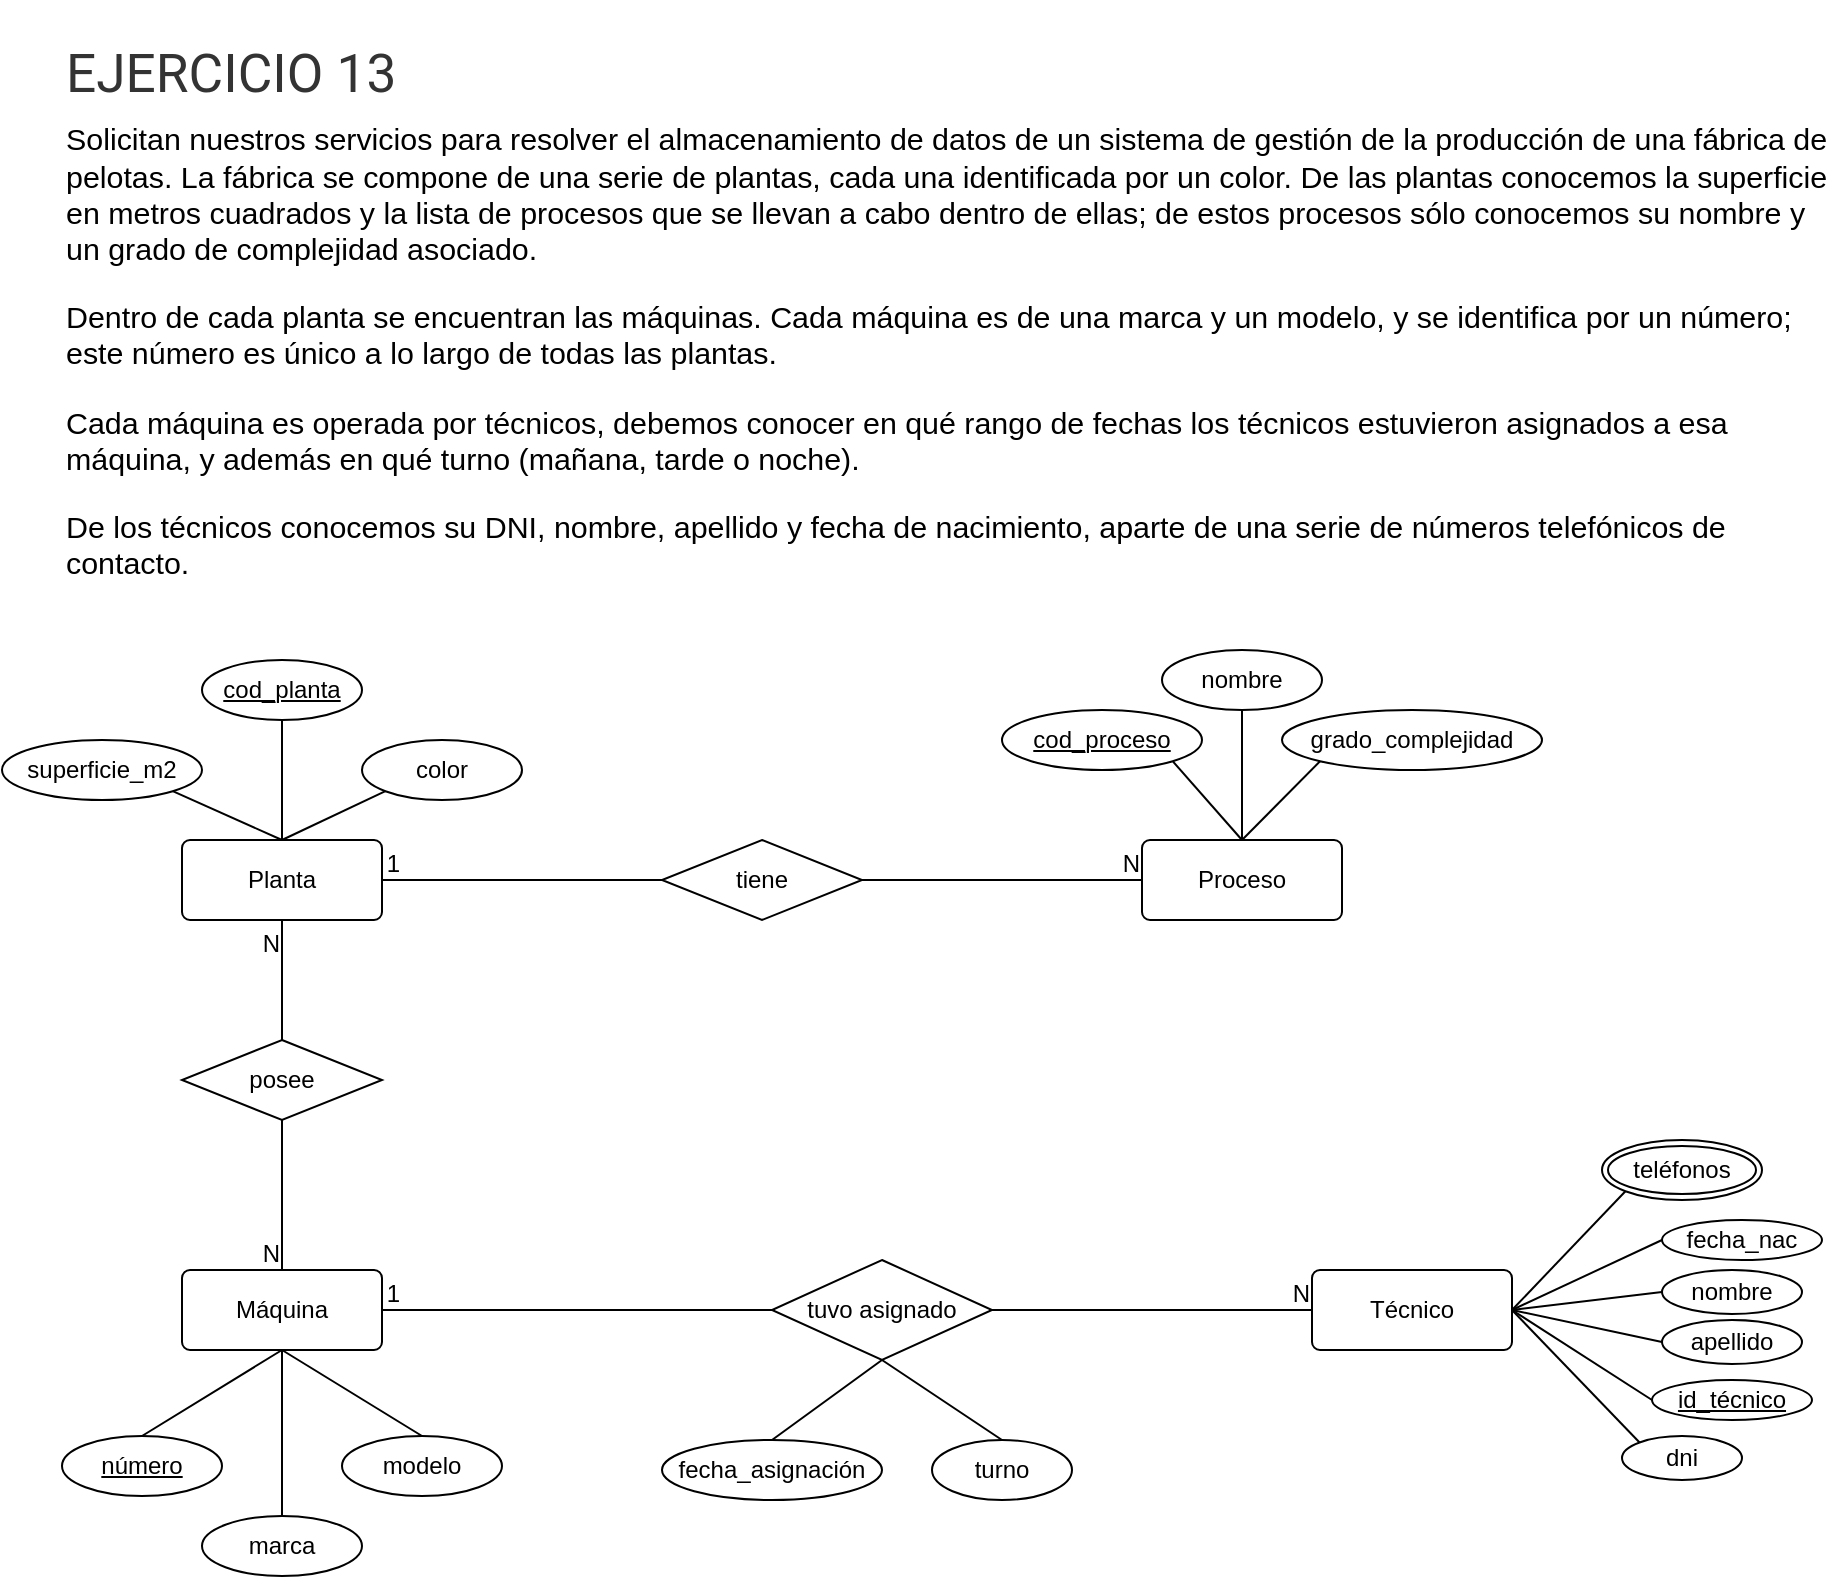
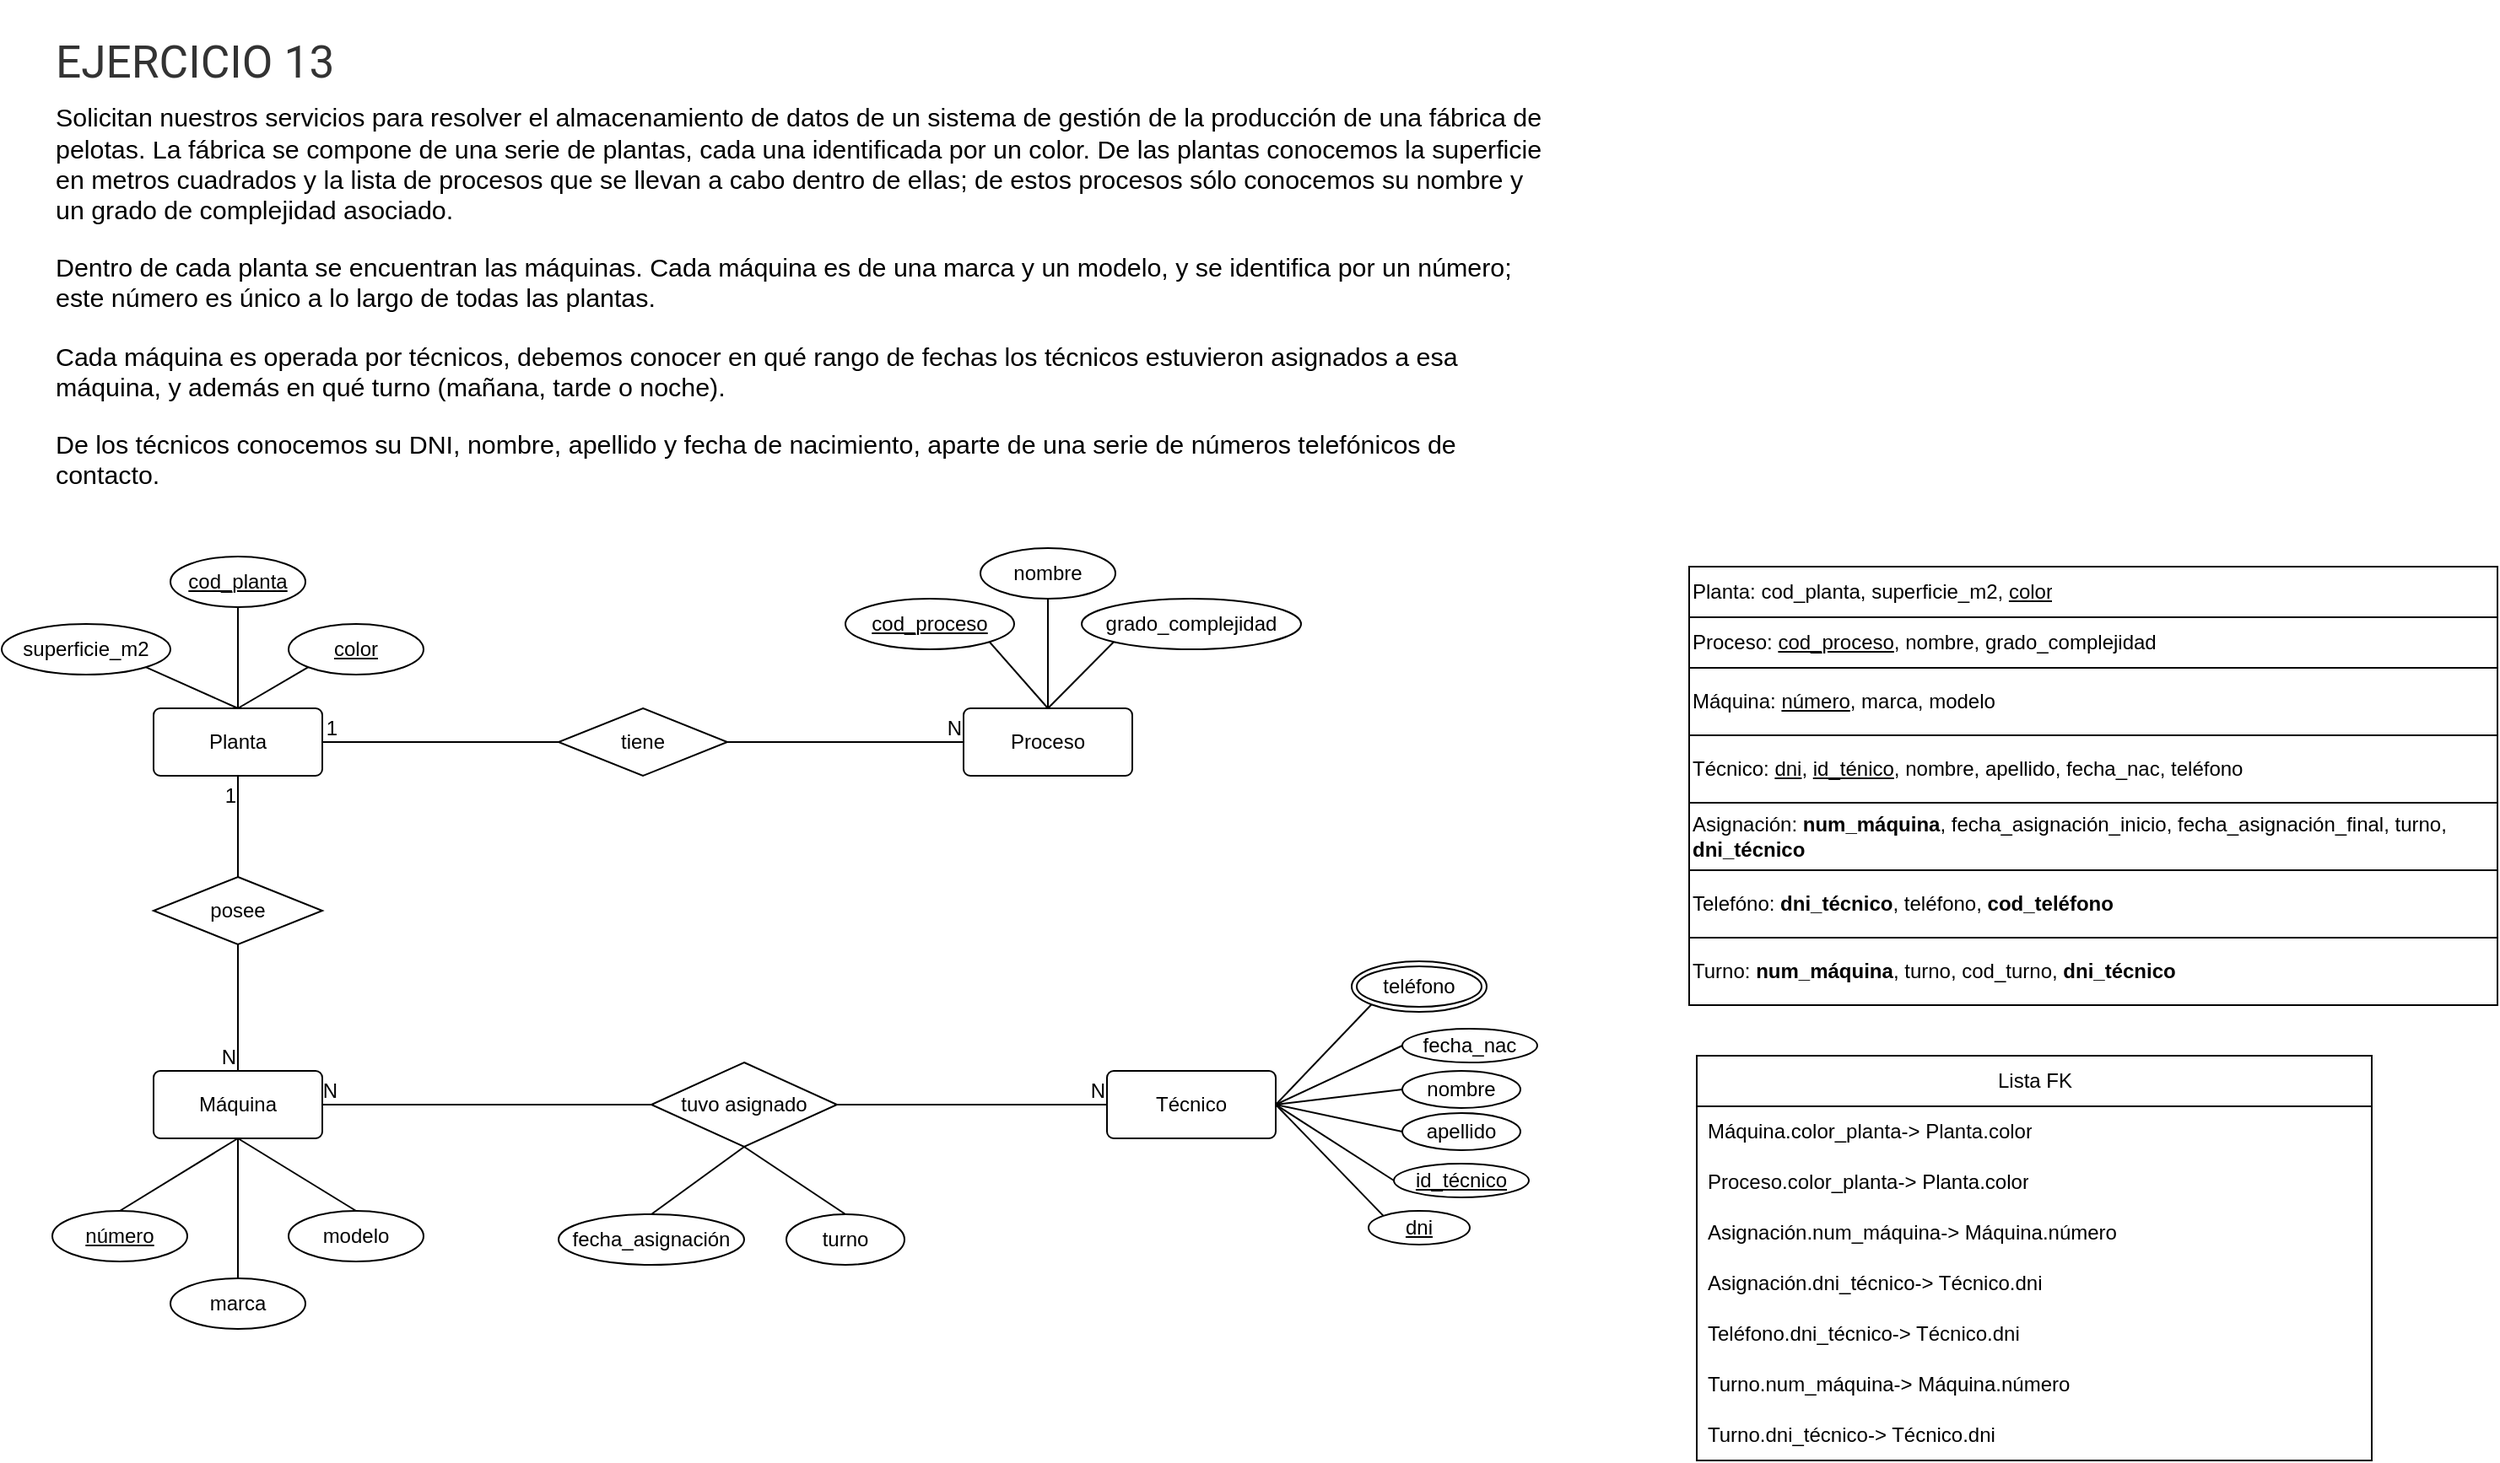
<mxfile host="app.diagrams.net">
  <diagram name="Página-1" id="dDNBranZba3NlD8anCg2">
-     <mxGraphModel dx="2558" dy="1503" grid="1" gridSize="10" guides="1" tooltips="1" connect="1" arrows="1" fold="1" page="1" pageScale="1" pageWidth="1169" pageHeight="827" math="0" shadow="0">
+     <mxGraphModel dx="2878" dy="1659" grid="1" gridSize="10" guides="1" tooltips="1" connect="1" arrows="1" fold="1" page="1" pageScale="1" pageWidth="1169" pageHeight="827" math="0" shadow="0">
      <root>
        <mxCell id="0" />
        <mxCell id="1" parent="0" />
        <mxCell id="__fQeJzKLpHXALts6HS9-1" parent="1" style="text;html=1;whiteSpace=wrap;overflow=hidden;rounded=0;" value="&#xa;&lt;h3 style=&quot;box-sizing: border-box; margin: 0px 0px 0.5rem; padding: 0px; font-weight: 400; line-height: 1.2; color: rgb(51, 51, 51); font-size: 1.6625rem; font-family: Roboto; font-style: normal; font-variant-ligatures: normal; font-variant-caps: normal; letter-spacing: normal; orphans: 2; text-align: start; text-indent: 0px; text-transform: none; widows: 2; word-spacing: 0px; -webkit-text-stroke-width: 0px; white-space: normal; background-color: rgb(255, 255, 255); text-decoration-thickness: initial; text-decoration-style: initial; text-decoration-color: initial;&quot;&gt;EJERCICIO 13&lt;/h3&gt;&lt;p style=&quot;box-sizing: border-box; margin: 0px 0px 1rem; padding: 0px; color: rgb(0, 0, 0); font-family: Barlow, Arial, sans-serif; font-size: 15.2px; font-style: normal; font-variant-ligatures: normal; font-variant-caps: normal; font-weight: 400; letter-spacing: normal; orphans: 2; text-align: start; text-indent: 0px; text-transform: none; widows: 2; word-spacing: 0px; -webkit-text-stroke-width: 0px; white-space: normal; background-color: rgb(255, 255, 255); text-decoration-thickness: initial; text-decoration-style: initial; text-decoration-color: initial;&quot;&gt;&lt;span lang=&quot;ES&quot; style=&quot;box-sizing: border-box; margin: 0px; padding: 0px;&quot;&gt;Solicitan nuestros servicios para resolver el almacenamiento de datos de un sistema de gestión de la producción de una fábrica de pelotas. La fábrica se compone de una serie de plantas, cada una identificada por un color. De las plantas conocemos la superficie en metros cuadrados y la lista de procesos que se llevan a cabo dentro de ellas; de estos procesos sólo conocemos su nombre y un grado de complejidad asociado.&lt;/span&gt;&lt;/p&gt;&lt;p style=&quot;box-sizing: border-box; margin: 0px 0px 1rem; padding: 0px; color: rgb(0, 0, 0); font-family: Barlow, Arial, sans-serif; font-size: 15.2px; font-style: normal; font-variant-ligatures: normal; font-variant-caps: normal; font-weight: 400; letter-spacing: normal; orphans: 2; text-align: start; text-indent: 0px; text-transform: none; widows: 2; word-spacing: 0px; -webkit-text-stroke-width: 0px; white-space: normal; background-color: rgb(255, 255, 255); text-decoration-thickness: initial; text-decoration-style: initial; text-decoration-color: initial;&quot;&gt;&lt;span lang=&quot;ES&quot; style=&quot;box-sizing: border-box; margin: 0px; padding: 0px;&quot;&gt;Dentro de cada planta se encuentran las máquinas. Cada máquina es de una marca y un modelo, y se identifica por un número; este número es único a lo largo de todas las plantas.&lt;/span&gt;&lt;/p&gt;&lt;p style=&quot;box-sizing: border-box; margin: 0px 0px 1rem; padding: 0px; color: rgb(0, 0, 0); font-family: Barlow, Arial, sans-serif; font-size: 15.2px; font-style: normal; font-variant-ligatures: normal; font-variant-caps: normal; font-weight: 400; letter-spacing: normal; orphans: 2; text-align: start; text-indent: 0px; text-transform: none; widows: 2; word-spacing: 0px; -webkit-text-stroke-width: 0px; white-space: normal; background-color: rgb(255, 255, 255); text-decoration-thickness: initial; text-decoration-style: initial; text-decoration-color: initial;&quot;&gt;&lt;span lang=&quot;ES&quot; style=&quot;box-sizing: border-box; margin: 0px; padding: 0px;&quot;&gt;Cada máquina es operada por técnicos, debemos conocer en qué rango de fechas los técnicos estuvieron asignados a esa máquina, y además en qué turno (mañana, tarde o noche).&lt;/span&gt;&lt;/p&gt;&lt;p style=&quot;box-sizing: border-box; margin: 0px 0px 1rem; padding: 0px; color: rgb(0, 0, 0); font-family: Barlow, Arial, sans-serif; font-size: 15.2px; font-style: normal; font-variant-ligatures: normal; font-variant-caps: normal; font-weight: 400; letter-spacing: normal; orphans: 2; text-align: start; text-indent: 0px; text-transform: none; widows: 2; word-spacing: 0px; -webkit-text-stroke-width: 0px; white-space: normal; background-color: rgb(255, 255, 255); text-decoration-thickness: initial; text-decoration-style: initial; text-decoration-color: initial;&quot;&gt;&lt;span lang=&quot;ES&quot; style=&quot;box-sizing: border-box; margin: 0px; padding: 0px;&quot;&gt;De los técnicos conocemos su DNI, nombre, apellido y fecha de nacimiento, aparte de una serie de números telefónicos de contacto.&lt;/span&gt;&lt;/p&gt;&lt;p style=&quot;box-sizing: border-box; margin: 0px 0px 1rem; padding: 0px; color: rgb(0, 0, 0); font-family: Barlow, Arial, sans-serif; font-size: 15.2px; font-style: normal; font-variant-ligatures: normal; font-variant-caps: normal; font-weight: 400; letter-spacing: normal; orphans: 2; text-align: start; text-indent: 0px; text-transform: none; widows: 2; word-spacing: 0px; -webkit-text-stroke-width: 0px; white-space: normal; background-color: rgb(255, 255, 255); text-decoration-thickness: initial; text-decoration-style: initial; text-decoration-color: initial;&quot;&gt;&lt;span lang=&quot;ES&quot; style=&quot;box-sizing: border-box; margin: 0px; padding: 0px;&quot;&gt;Existen situaciones normales en las que una máquina sale de servicio y debe ser reparada, lo único que nos interesa conocer aquí es cuál otra máquina está asignada para tomar el trabajo que ella no puede realizar.&lt;/span&gt;&lt;/p&gt;&#xa;&#xa;" vertex="1">
          <mxGeometry height="300" width="890" x="-480" y="-350" as="geometry" />
        </mxCell>
        <mxCell id="__fQeJzKLpHXALts6HS9-2" parent="1" style="rounded=1;arcSize=10;whiteSpace=wrap;html=1;align=center;" value="Planta" vertex="1">
          <mxGeometry height="40" width="100" x="-420" y="70" as="geometry" />
        </mxCell>
        <mxCell id="__fQeJzKLpHXALts6HS9-4" parent="1" style="ellipse;whiteSpace=wrap;html=1;align=center;" value="superficie_m2" vertex="1">
          <mxGeometry height="30" width="100" x="-510" y="20" as="geometry" />
        </mxCell>
        <mxCell id="__fQeJzKLpHXALts6HS9-5" parent="1" style="ellipse;whiteSpace=wrap;html=1;align=center;fontStyle=4;" value="cod_planta" vertex="1">
          <mxGeometry height="30" width="80" x="-410" y="-20" as="geometry" />
        </mxCell>
-         <mxCell id="__fQeJzKLpHXALts6HS9-6" parent="1" style="ellipse;whiteSpace=wrap;html=1;align=center;" value="color" vertex="1">
-           <mxGeometry height="30" width="80" x="-330" y="20" as="geometry" />
-         </mxCell>
        <mxCell id="__fQeJzKLpHXALts6HS9-7" parent="1" style="rounded=1;arcSize=10;whiteSpace=wrap;html=1;align=center;" value="Proceso" vertex="1">
          <mxGeometry height="40" width="100" x="60" y="70" as="geometry" />
        </mxCell>
        <mxCell id="__fQeJzKLpHXALts6HS9-8" parent="1" style="ellipse;whiteSpace=wrap;html=1;align=center;" value="nombre" vertex="1">
          <mxGeometry height="30" width="80" x="70" y="-25" as="geometry" />
        </mxCell>
        <mxCell id="__fQeJzKLpHXALts6HS9-9" parent="1" style="ellipse;whiteSpace=wrap;html=1;align=center;" value="grado_complejidad" vertex="1">
          <mxGeometry height="30" width="130" x="130" y="5" as="geometry" />
        </mxCell>
        <mxCell id="__fQeJzKLpHXALts6HS9-10" parent="1" style="ellipse;whiteSpace=wrap;html=1;align=center;fontStyle=4;" value="cod_proceso" vertex="1">
          <mxGeometry height="30" width="100" x="-10" y="5" as="geometry" />
        </mxCell>
        <mxCell id="__fQeJzKLpHXALts6HS9-11" parent="1" style="rounded=1;arcSize=10;whiteSpace=wrap;html=1;align=center;" value="Máquina" vertex="1">
          <mxGeometry height="40" width="100" x="-420" y="285" as="geometry" />
        </mxCell>
        <mxCell id="__fQeJzKLpHXALts6HS9-12" parent="1" style="ellipse;whiteSpace=wrap;html=1;align=center;" value="marca" vertex="1">
          <mxGeometry height="30" width="80" x="-410" y="408" as="geometry" />
        </mxCell>
        <mxCell id="__fQeJzKLpHXALts6HS9-13" parent="1" style="ellipse;whiteSpace=wrap;html=1;align=center;" value="modelo" vertex="1">
          <mxGeometry height="30" width="80" x="-340" y="368" as="geometry" />
        </mxCell>
        <mxCell id="__fQeJzKLpHXALts6HS9-15" parent="1" style="ellipse;whiteSpace=wrap;html=1;align=center;fontStyle=4;" value="número" vertex="1">
          <mxGeometry height="30" width="80" x="-480" y="368" as="geometry" />
        </mxCell>
        <mxCell id="__fQeJzKLpHXALts6HS9-16" parent="1" style="rounded=1;arcSize=10;whiteSpace=wrap;html=1;align=center;" value="Técnico" vertex="1">
          <mxGeometry height="40" width="100" x="145" y="285" as="geometry" />
        </mxCell>
        <mxCell id="__fQeJzKLpHXALts6HS9-17" parent="1" style="shape=rhombus;perimeter=rhombusPerimeter;whiteSpace=wrap;html=1;align=center;" value="tuvo asignado" vertex="1">
          <mxGeometry height="50" width="110" x="-125" y="280" as="geometry" />
        </mxCell>
        <mxCell id="__fQeJzKLpHXALts6HS9-18" parent="1" style="ellipse;whiteSpace=wrap;html=1;align=center;" value="fecha_asignación" vertex="1">
          <mxGeometry height="30" width="110" x="-180" y="370" as="geometry" />
        </mxCell>
        <mxCell id="__fQeJzKLpHXALts6HS9-19" parent="1" style="ellipse;whiteSpace=wrap;html=1;align=center;" value="turno" vertex="1">
          <mxGeometry height="30" width="70" x="-45" y="370" as="geometry" />
        </mxCell>
        <mxCell id="__fQeJzKLpHXALts6HS9-21" parent="1" style="ellipse;whiteSpace=wrap;html=1;align=center;" value="nombre" vertex="1">
          <mxGeometry height="22" width="70" x="320" y="285" as="geometry" />
        </mxCell>
-         <mxCell id="__fQeJzKLpHXALts6HS9-22" parent="1" style="ellipse;whiteSpace=wrap;html=1;align=center;" value="dni" vertex="1">
-           <mxGeometry height="22" width="60" x="300" y="368" as="geometry" />
-         </mxCell>
        <mxCell id="__fQeJzKLpHXALts6HS9-23" parent="1" style="ellipse;whiteSpace=wrap;html=1;align=center;" value="apellido" vertex="1">
          <mxGeometry height="22" width="70" x="320" y="310" as="geometry" />
        </mxCell>
        <mxCell id="__fQeJzKLpHXALts6HS9-24" parent="1" style="ellipse;whiteSpace=wrap;html=1;align=center;" value="fecha_nac" vertex="1">
          <mxGeometry height="20" width="80" x="320" y="260" as="geometry" />
        </mxCell>
-         <mxCell id="__fQeJzKLpHXALts6HS9-25" parent="1" style="ellipse;shape=doubleEllipse;margin=3;whiteSpace=wrap;html=1;align=center;" value="teléfonos" vertex="1">
+         <mxCell id="__fQeJzKLpHXALts6HS9-25" parent="1" style="ellipse;shape=doubleEllipse;margin=3;whiteSpace=wrap;html=1;align=center;" value="teléfono" vertex="1">
          <mxGeometry height="30" width="80" x="290" y="220" as="geometry" />
        </mxCell>
        <mxCell id="__fQeJzKLpHXALts6HS9-27" parent="1" style="ellipse;whiteSpace=wrap;html=1;align=center;fontStyle=4;" value="id_técnico" vertex="1">
          <mxGeometry height="20" width="80" x="315" y="340" as="geometry" />
        </mxCell>
        <mxCell id="__fQeJzKLpHXALts6HS9-28" parent="1" style="shape=rhombus;perimeter=rhombusPerimeter;whiteSpace=wrap;html=1;align=center;" value="tiene" vertex="1">
          <mxGeometry height="40" width="100" x="-180" y="70" as="geometry" />
        </mxCell>
        <mxCell id="__fQeJzKLpHXALts6HS9-29" parent="1" style="shape=rhombus;perimeter=rhombusPerimeter;whiteSpace=wrap;html=1;align=center;" value="posee" vertex="1">
          <mxGeometry height="40" width="100" x="-420" y="170" as="geometry" />
        </mxCell>
        <mxCell id="__fQeJzKLpHXALts6HS9-30" edge="1" parent="1" source="__fQeJzKLpHXALts6HS9-17" style="endArrow=none;html=1;rounded=0;exitX=1;exitY=0.5;exitDx=0;exitDy=0;entryX=0;entryY=0.5;entryDx=0;entryDy=0;" target="__fQeJzKLpHXALts6HS9-16" value="">
          <mxGeometry relative="1" as="geometry">
            <mxPoint x="20" y="40" as="sourcePoint" />
            <mxPoint x="180" y="40" as="targetPoint" />
          </mxGeometry>
        </mxCell>
        <mxCell id="__fQeJzKLpHXALts6HS9-31" connectable="0" parent="__fQeJzKLpHXALts6HS9-30" style="resizable=0;html=1;whiteSpace=wrap;align=right;verticalAlign=bottom;" value="N" vertex="1">
          <mxGeometry relative="1" x="1" as="geometry" />
        </mxCell>
        <mxCell id="__fQeJzKLpHXALts6HS9-32" edge="1" parent="1" source="__fQeJzKLpHXALts6HS9-17" style="endArrow=none;html=1;rounded=0;exitX=0.5;exitY=1;exitDx=0;exitDy=0;entryX=0.5;entryY=0;entryDx=0;entryDy=0;" target="__fQeJzKLpHXALts6HS9-19" value="">
          <mxGeometry relative="1" as="geometry">
            <mxPoint x="20" y="370" as="sourcePoint" />
            <mxPoint x="180" y="370" as="targetPoint" />
          </mxGeometry>
        </mxCell>
        <mxCell id="__fQeJzKLpHXALts6HS9-33" edge="1" parent="1" source="__fQeJzKLpHXALts6HS9-17" style="endArrow=none;html=1;rounded=0;exitX=0.5;exitY=1;exitDx=0;exitDy=0;entryX=0.5;entryY=0;entryDx=0;entryDy=0;" target="__fQeJzKLpHXALts6HS9-18" value="">
          <mxGeometry relative="1" as="geometry">
            <mxPoint x="-130" y="350" as="sourcePoint" />
            <mxPoint x="-70" y="390" as="targetPoint" />
          </mxGeometry>
        </mxCell>
        <mxCell id="__fQeJzKLpHXALts6HS9-34" edge="1" parent="1" source="__fQeJzKLpHXALts6HS9-17" style="endArrow=none;html=1;rounded=0;entryX=1;entryY=0.5;entryDx=0;entryDy=0;exitX=0;exitY=0.5;exitDx=0;exitDy=0;" target="__fQeJzKLpHXALts6HS9-11" value="">
          <mxGeometry relative="1" as="geometry">
            <mxPoint x="20" y="370" as="sourcePoint" />
            <mxPoint x="180" y="370" as="targetPoint" />
          </mxGeometry>
        </mxCell>
-         <mxCell id="__fQeJzKLpHXALts6HS9-35" connectable="0" parent="__fQeJzKLpHXALts6HS9-34" style="resizable=0;html=1;whiteSpace=wrap;align=right;verticalAlign=bottom;" value="1" vertex="1">
+         <mxCell id="__fQeJzKLpHXALts6HS9-35" connectable="0" parent="__fQeJzKLpHXALts6HS9-34" style="resizable=0;html=1;whiteSpace=wrap;align=right;verticalAlign=bottom;" value="N" vertex="1">
          <mxGeometry relative="1" x="1" as="geometry">
            <mxPoint x="10" as="offset" />
          </mxGeometry>
        </mxCell>
        <mxCell id="__fQeJzKLpHXALts6HS9-36" edge="1" parent="1" source="__fQeJzKLpHXALts6HS9-11" style="endArrow=none;html=1;rounded=0;exitX=0.5;exitY=1;exitDx=0;exitDy=0;entryX=0.5;entryY=0;entryDx=0;entryDy=0;" target="__fQeJzKLpHXALts6HS9-13" value="">
          <mxGeometry relative="1" as="geometry">
            <mxPoint x="-250" y="530" as="sourcePoint" />
            <mxPoint x="-190" y="570" as="targetPoint" />
          </mxGeometry>
        </mxCell>
        <mxCell id="__fQeJzKLpHXALts6HS9-37" edge="1" parent="1" source="__fQeJzKLpHXALts6HS9-11" style="endArrow=none;html=1;rounded=0;exitX=0.5;exitY=1;exitDx=0;exitDy=0;entryX=0.5;entryY=0;entryDx=0;entryDy=0;" target="__fQeJzKLpHXALts6HS9-15" value="">
          <mxGeometry relative="1" as="geometry">
            <mxPoint x="-380" y="370" as="sourcePoint" />
            <mxPoint x="-320" y="410" as="targetPoint" />
          </mxGeometry>
        </mxCell>
        <mxCell id="__fQeJzKLpHXALts6HS9-38" edge="1" parent="1" source="__fQeJzKLpHXALts6HS9-11" style="endArrow=none;html=1;rounded=0;exitX=0.5;exitY=1;exitDx=0;exitDy=0;entryX=0.5;entryY=0;entryDx=0;entryDy=0;" target="__fQeJzKLpHXALts6HS9-12" value="">
          <mxGeometry relative="1" as="geometry">
            <mxPoint x="-350" y="380" as="sourcePoint" />
            <mxPoint x="-290" y="420" as="targetPoint" />
          </mxGeometry>
        </mxCell>
        <mxCell id="__fQeJzKLpHXALts6HS9-39" edge="1" parent="1" source="__fQeJzKLpHXALts6HS9-28" style="endArrow=none;html=1;rounded=0;exitX=0;exitY=0.5;exitDx=0;exitDy=0;entryX=1;entryY=0.5;entryDx=0;entryDy=0;" target="__fQeJzKLpHXALts6HS9-2" value="">
          <mxGeometry relative="1" as="geometry">
            <mxPoint x="-210" y="90" as="sourcePoint" />
            <mxPoint x="180" y="40" as="targetPoint" />
          </mxGeometry>
        </mxCell>
        <mxCell id="__fQeJzKLpHXALts6HS9-40" connectable="0" parent="__fQeJzKLpHXALts6HS9-39" style="resizable=0;html=1;whiteSpace=wrap;align=right;verticalAlign=bottom;" value="1" vertex="1">
          <mxGeometry relative="1" x="1" as="geometry">
            <mxPoint x="10" as="offset" />
          </mxGeometry>
        </mxCell>
        <mxCell id="__fQeJzKLpHXALts6HS9-41" edge="1" parent="1" source="__fQeJzKLpHXALts6HS9-28" style="endArrow=none;html=1;rounded=0;exitX=1;exitY=0.5;exitDx=0;exitDy=0;entryX=0;entryY=0.5;entryDx=0;entryDy=0;" target="__fQeJzKLpHXALts6HS9-7" value="">
          <mxGeometry relative="1" as="geometry">
            <mxPoint x="20" y="40" as="sourcePoint" />
            <mxPoint x="180" y="40" as="targetPoint" />
          </mxGeometry>
        </mxCell>
        <mxCell id="__fQeJzKLpHXALts6HS9-42" connectable="0" parent="__fQeJzKLpHXALts6HS9-41" style="resizable=0;html=1;whiteSpace=wrap;align=right;verticalAlign=bottom;" value="N" vertex="1">
          <mxGeometry relative="1" x="1" as="geometry" />
        </mxCell>
        <mxCell id="__fQeJzKLpHXALts6HS9-43" edge="1" parent="1" source="__fQeJzKLpHXALts6HS9-8" style="endArrow=none;html=1;rounded=0;exitX=0.5;exitY=1;exitDx=0;exitDy=0;entryX=0.5;entryY=0;entryDx=0;entryDy=0;" target="__fQeJzKLpHXALts6HS9-7" value="">
          <mxGeometry relative="1" as="geometry">
            <mxPoint x="-60" y="180" as="sourcePoint" />
            <mxPoint y="220" as="targetPoint" />
          </mxGeometry>
        </mxCell>
        <mxCell id="__fQeJzKLpHXALts6HS9-44" edge="1" parent="1" source="__fQeJzKLpHXALts6HS9-9" style="endArrow=none;html=1;rounded=0;exitX=0;exitY=1;exitDx=0;exitDy=0;entryX=0.5;entryY=0;entryDx=0;entryDy=0;" target="__fQeJzKLpHXALts6HS9-7" value="">
          <mxGeometry relative="1" as="geometry">
            <mxPoint x="110" y="70" as="sourcePoint" />
            <mxPoint x="170" y="110" as="targetPoint" />
          </mxGeometry>
        </mxCell>
        <mxCell id="__fQeJzKLpHXALts6HS9-45" edge="1" parent="1" source="__fQeJzKLpHXALts6HS9-10" style="endArrow=none;html=1;rounded=0;exitX=1;exitY=1;exitDx=0;exitDy=0;entryX=0.5;entryY=0;entryDx=0;entryDy=0;" target="__fQeJzKLpHXALts6HS9-7" value="">
          <mxGeometry relative="1" as="geometry">
            <mxPoint x="100" y="60" as="sourcePoint" />
            <mxPoint x="160" y="100" as="targetPoint" />
          </mxGeometry>
        </mxCell>
        <mxCell id="__fQeJzKLpHXALts6HS9-46" edge="1" parent="1" source="__fQeJzKLpHXALts6HS9-4" style="endArrow=none;html=1;rounded=0;exitX=1;exitY=1;exitDx=0;exitDy=0;entryX=0.5;entryY=0;entryDx=0;entryDy=0;" target="__fQeJzKLpHXALts6HS9-2" value="">
          <mxGeometry relative="1" as="geometry">
            <mxPoint x="-480" y="90" as="sourcePoint" />
            <mxPoint x="-420" y="130" as="targetPoint" />
          </mxGeometry>
        </mxCell>
        <mxCell id="__fQeJzKLpHXALts6HS9-47" edge="1" parent="1" source="__fQeJzKLpHXALts6HS9-5" style="endArrow=none;html=1;rounded=0;exitX=0.5;exitY=1;exitDx=0;exitDy=0;entryX=0.5;entryY=0;entryDx=0;entryDy=0;" target="__fQeJzKLpHXALts6HS9-2" value="">
          <mxGeometry relative="1" as="geometry">
            <mxPoint x="-370" y="60" as="sourcePoint" />
            <mxPoint x="-310" y="100" as="targetPoint" />
          </mxGeometry>
        </mxCell>
-         <mxCell id="__fQeJzKLpHXALts6HS9-48" edge="1" parent="1" source="__fQeJzKLpHXALts6HS9-6" style="endArrow=none;html=1;rounded=0;exitX=0;exitY=1;exitDx=0;exitDy=0;entryX=0.5;entryY=0;entryDx=0;entryDy=0;" target="__fQeJzKLpHXALts6HS9-2" value="">
-           <mxGeometry relative="1" as="geometry">
-             <mxPoint x="-360" y="80" as="sourcePoint" />
+         <mxCell id="__fQeJzKLpHXALts6HS9-48" edge="1" parent="1" source="ueE01yVk29oMdbMIV5Yc-25" style="endArrow=none;html=1;rounded=0;exitX=0;exitY=1;exitDx=0;exitDy=0;entryX=0.5;entryY=0;entryDx=0;entryDy=0;" target="__fQeJzKLpHXALts6HS9-2" value="">
+           <mxGeometry relative="1" as="geometry">
+             <mxPoint x="-319.3921377850993" y="45.17420154099614" as="sourcePoint" />
            <mxPoint x="-300" y="120" as="targetPoint" />
          </mxGeometry>
        </mxCell>
        <mxCell id="__fQeJzKLpHXALts6HS9-52" edge="1" parent="1" source="__fQeJzKLpHXALts6HS9-16" style="endArrow=none;html=1;rounded=0;exitX=1;exitY=0.5;exitDx=0;exitDy=0;entryX=0;entryY=1;entryDx=0;entryDy=0;" target="__fQeJzKLpHXALts6HS9-25" value="">
          <mxGeometry relative="1" as="geometry">
            <mxPoint x="250" y="370" as="sourcePoint" />
            <mxPoint x="310" y="410" as="targetPoint" />
          </mxGeometry>
        </mxCell>
        <mxCell id="__fQeJzKLpHXALts6HS9-53" edge="1" parent="1" source="__fQeJzKLpHXALts6HS9-16" style="endArrow=none;html=1;rounded=0;exitX=1;exitY=0.5;exitDx=0;exitDy=0;entryX=0;entryY=0.5;entryDx=0;entryDy=0;" target="__fQeJzKLpHXALts6HS9-24" value="">
          <mxGeometry relative="1" as="geometry">
            <mxPoint x="280" y="320" as="sourcePoint" />
            <mxPoint x="340" y="360" as="targetPoint" />
          </mxGeometry>
        </mxCell>
        <mxCell id="__fQeJzKLpHXALts6HS9-54" edge="1" parent="1" source="__fQeJzKLpHXALts6HS9-16" style="endArrow=none;html=1;rounded=0;exitX=1;exitY=0.5;exitDx=0;exitDy=0;entryX=0;entryY=0.5;entryDx=0;entryDy=0;" target="__fQeJzKLpHXALts6HS9-21" value="">
          <mxGeometry relative="1" as="geometry">
            <mxPoint x="270" y="330" as="sourcePoint" />
            <mxPoint x="330" y="370" as="targetPoint" />
          </mxGeometry>
        </mxCell>
        <mxCell id="__fQeJzKLpHXALts6HS9-55" edge="1" parent="1" source="__fQeJzKLpHXALts6HS9-16" style="endArrow=none;html=1;rounded=0;exitX=1;exitY=0.5;exitDx=0;exitDy=0;entryX=0;entryY=0.5;entryDx=0;entryDy=0;" target="__fQeJzKLpHXALts6HS9-23" value="">
          <mxGeometry relative="1" as="geometry">
            <mxPoint x="270" y="330" as="sourcePoint" />
            <mxPoint x="330" y="370" as="targetPoint" />
          </mxGeometry>
        </mxCell>
        <mxCell id="__fQeJzKLpHXALts6HS9-56" edge="1" parent="1" source="__fQeJzKLpHXALts6HS9-16" style="endArrow=none;html=1;rounded=0;exitX=1;exitY=0.5;exitDx=0;exitDy=0;entryX=0;entryY=0.5;entryDx=0;entryDy=0;" target="__fQeJzKLpHXALts6HS9-27" value="">
          <mxGeometry relative="1" as="geometry">
            <mxPoint x="280" y="340" as="sourcePoint" />
            <mxPoint x="340" y="380" as="targetPoint" />
          </mxGeometry>
        </mxCell>
-         <mxCell id="__fQeJzKLpHXALts6HS9-57" edge="1" parent="1" source="__fQeJzKLpHXALts6HS9-16" style="endArrow=none;html=1;rounded=0;exitX=1;exitY=0.5;exitDx=0;exitDy=0;entryX=0;entryY=0;entryDx=0;entryDy=0;" target="__fQeJzKLpHXALts6HS9-22" value="">
+         <mxCell id="__fQeJzKLpHXALts6HS9-57" edge="1" parent="1" source="__fQeJzKLpHXALts6HS9-16" style="endArrow=none;html=1;rounded=0;exitX=1;exitY=0.5;exitDx=0;exitDy=0;entryX=0;entryY=0;entryDx=0;entryDy=0;" target="ueE01yVk29oMdbMIV5Yc-28" value="">
          <mxGeometry relative="1" as="geometry">
            <mxPoint x="260" y="360" as="sourcePoint" />
-             <mxPoint x="320" y="400" as="targetPoint" />
+             <mxPoint x="308.83748500597676" y="371.20328394957005" as="targetPoint" />
          </mxGeometry>
        </mxCell>
        <mxCell id="__fQeJzKLpHXALts6HS9-58" edge="1" parent="1" source="__fQeJzKLpHXALts6HS9-29" style="endArrow=none;html=1;rounded=0;exitX=0.5;exitY=1;exitDx=0;exitDy=0;entryX=0.5;entryY=0;entryDx=0;entryDy=0;" target="__fQeJzKLpHXALts6HS9-11" value="">
          <mxGeometry relative="1" as="geometry">
            <mxPoint x="20" y="120" as="sourcePoint" />
            <mxPoint x="180" y="120" as="targetPoint" />
          </mxGeometry>
        </mxCell>
        <mxCell id="__fQeJzKLpHXALts6HS9-59" connectable="0" parent="__fQeJzKLpHXALts6HS9-58" style="resizable=0;html=1;whiteSpace=wrap;align=right;verticalAlign=bottom;" value="N" vertex="1">
          <mxGeometry relative="1" x="1" as="geometry" />
        </mxCell>
        <mxCell id="__fQeJzKLpHXALts6HS9-60" edge="1" parent="1" source="__fQeJzKLpHXALts6HS9-29" style="endArrow=none;html=1;rounded=0;exitX=0.5;exitY=0;exitDx=0;exitDy=0;entryX=0.5;entryY=1;entryDx=0;entryDy=0;" target="__fQeJzKLpHXALts6HS9-2" value="">
          <mxGeometry relative="1" as="geometry">
            <mxPoint x="20" y="120" as="sourcePoint" />
            <mxPoint x="180" y="120" as="targetPoint" />
          </mxGeometry>
        </mxCell>
-         <mxCell id="__fQeJzKLpHXALts6HS9-61" connectable="0" parent="__fQeJzKLpHXALts6HS9-60" style="resizable=0;html=1;whiteSpace=wrap;align=right;verticalAlign=bottom;" value="N" vertex="1">
+         <mxCell id="__fQeJzKLpHXALts6HS9-61" connectable="0" parent="__fQeJzKLpHXALts6HS9-60" style="resizable=0;html=1;whiteSpace=wrap;align=right;verticalAlign=bottom;" value="1" vertex="1">
          <mxGeometry relative="1" x="1" as="geometry">
            <mxPoint y="20" as="offset" />
          </mxGeometry>
+         </mxCell>
+         <mxCell id="ueE01yVk29oMdbMIV5Yc-1" parent="1" style="swimlane;fontStyle=0;childLayout=stackLayout;horizontal=1;startSize=30;horizontalStack=0;resizeParent=1;resizeParentMax=0;resizeLast=0;collapsible=1;marginBottom=0;whiteSpace=wrap;html=1;" value="Lista FK" vertex="1">
+           <mxGeometry height="240" width="400" x="494.5" y="276" as="geometry" />
+         </mxCell>
+         <mxCell id="ueE01yVk29oMdbMIV5Yc-2" parent="ueE01yVk29oMdbMIV5Yc-1" style="text;strokeColor=none;fillColor=none;align=left;verticalAlign=middle;spacingLeft=4;spacingRight=4;overflow=hidden;points=[[0,0.5],[1,0.5]];portConstraint=eastwest;rotatable=0;whiteSpace=wrap;html=1;" value="Máquina.color_planta-&amp;gt; Planta.color" vertex="1">
+           <mxGeometry height="30" width="400" y="30" as="geometry" />
+         </mxCell>
+         <mxCell id="ueE01yVk29oMdbMIV5Yc-3" parent="ueE01yVk29oMdbMIV5Yc-1" style="text;strokeColor=none;fillColor=none;align=left;verticalAlign=middle;spacingLeft=4;spacingRight=4;overflow=hidden;points=[[0,0.5],[1,0.5]];portConstraint=eastwest;rotatable=0;whiteSpace=wrap;html=1;" value="Proceso.color_planta-&amp;gt; Planta.color" vertex="1">
+           <mxGeometry height="30" width="400" y="60" as="geometry" />
+         </mxCell>
+         <mxCell id="ueE01yVk29oMdbMIV5Yc-4" parent="ueE01yVk29oMdbMIV5Yc-1" style="text;strokeColor=none;fillColor=none;align=left;verticalAlign=middle;spacingLeft=4;spacingRight=4;overflow=hidden;points=[[0,0.5],[1,0.5]];portConstraint=eastwest;rotatable=0;whiteSpace=wrap;html=1;" value="Asignación.num_máquina-&amp;gt; Máquina.número" vertex="1">
+           <mxGeometry height="30" width="400" y="90" as="geometry" />
+         </mxCell>
+         <mxCell id="ueE01yVk29oMdbMIV5Yc-5" parent="ueE01yVk29oMdbMIV5Yc-1" style="text;strokeColor=none;fillColor=none;align=left;verticalAlign=middle;spacingLeft=4;spacingRight=4;overflow=hidden;points=[[0,0.5],[1,0.5]];portConstraint=eastwest;rotatable=0;whiteSpace=wrap;html=1;" value="Asignación.dni_técnico-&amp;gt; Técnico.dni" vertex="1">
+           <mxGeometry height="30" width="400" y="120" as="geometry" />
+         </mxCell>
+         <mxCell id="ueE01yVk29oMdbMIV5Yc-6" parent="ueE01yVk29oMdbMIV5Yc-1" style="text;strokeColor=none;fillColor=none;align=left;verticalAlign=middle;spacingLeft=4;spacingRight=4;overflow=hidden;points=[[0,0.5],[1,0.5]];portConstraint=eastwest;rotatable=0;whiteSpace=wrap;html=1;" value="Teléfono.dni_técnico-&amp;gt; Técnico.dni" vertex="1">
+           <mxGeometry height="30" width="400" y="150" as="geometry" />
+         </mxCell>
+         <mxCell id="ueE01yVk29oMdbMIV5Yc-31" parent="ueE01yVk29oMdbMIV5Yc-1" style="text;strokeColor=none;fillColor=none;align=left;verticalAlign=middle;spacingLeft=4;spacingRight=4;overflow=hidden;points=[[0,0.5],[1,0.5]];portConstraint=eastwest;rotatable=0;whiteSpace=wrap;html=1;" value="Turno.num_máquina-&amp;gt; Máquina.número" vertex="1">
+           <mxGeometry height="30" width="400" y="180" as="geometry" />
+         </mxCell>
+         <mxCell id="ueE01yVk29oMdbMIV5Yc-7" parent="ueE01yVk29oMdbMIV5Yc-1" style="text;strokeColor=none;fillColor=none;align=left;verticalAlign=middle;spacingLeft=4;spacingRight=4;overflow=hidden;points=[[0,0.5],[1,0.5]];portConstraint=eastwest;rotatable=0;whiteSpace=wrap;html=1;" value="Turno.dni_técnico-&amp;gt; Técnico.dni" vertex="1">
+           <mxGeometry height="30" width="400" y="210" as="geometry" />
+         </mxCell>
+         <mxCell id="ueE01yVk29oMdbMIV5Yc-12" parent="1" style="shape=table;startSize=0;container=1;collapsible=0;childLayout=tableLayout;fixedHeader=1;" value="" vertex="1">
+           <mxGeometry height="259.9999999999998" width="479" x="490" y="-14" as="geometry" />
+         </mxCell>
+         <mxCell id="ueE01yVk29oMdbMIV5Yc-13" parent="ueE01yVk29oMdbMIV5Yc-12" style="shape=tableRow;horizontal=0;startSize=0;swimlaneHead=0;swimlaneBody=0;strokeColor=inherit;top=0;left=0;bottom=0;right=0;collapsible=0;dropTarget=0;fillColor=none;points=[[0,0.5],[1,0.5]];portConstraint=eastwest;fixedHeader=1;" value="" vertex="1">
+           <mxGeometry height="30" width="479" as="geometry" />
+         </mxCell>
+         <mxCell id="ueE01yVk29oMdbMIV5Yc-14" parent="ueE01yVk29oMdbMIV5Yc-13" style="shape=partialRectangle;html=1;whiteSpace=wrap;connectable=0;strokeColor=inherit;overflow=hidden;fillColor=none;top=0;left=0;bottom=0;right=0;pointerEvents=1;align=left;" value="&lt;div style=&quot;&quot;&gt;&lt;span style=&quot;background-color: transparent; color: light-dark(rgb(0, 0, 0), rgb(255, 255, 255));&quot;&gt;Planta: cod_planta,&amp;nbsp;&lt;/span&gt;&lt;span style=&quot;background-color: transparent; color: light-dark(rgb(0, 0, 0), rgb(255, 255, 255));&quot;&gt;superficie_m2&lt;/span&gt;&lt;span style=&quot;background-color: transparent; color: light-dark(rgb(0, 0, 0), rgb(255, 255, 255));&quot;&gt;, &lt;u&gt;color&lt;/u&gt;&lt;/span&gt;&lt;/div&gt;" vertex="1">
+           <mxGeometry height="30" width="479" as="geometry">
+             <mxRectangle height="30" width="479" as="alternateBounds" />
+           </mxGeometry>
+         </mxCell>
+         <mxCell id="ueE01yVk29oMdbMIV5Yc-15" parent="ueE01yVk29oMdbMIV5Yc-12" style="shape=tableRow;horizontal=0;startSize=0;swimlaneHead=0;swimlaneBody=0;strokeColor=inherit;top=0;left=0;bottom=0;right=0;collapsible=0;dropTarget=0;fillColor=none;points=[[0,0.5],[1,0.5]];portConstraint=eastwest;fixedHeader=1;" value="" vertex="1">
+           <mxGeometry height="30" width="479" y="30" as="geometry" />
+         </mxCell>
+         <mxCell id="ueE01yVk29oMdbMIV5Yc-16" parent="ueE01yVk29oMdbMIV5Yc-15" style="shape=partialRectangle;html=1;whiteSpace=wrap;connectable=0;strokeColor=inherit;overflow=hidden;fillColor=none;top=0;left=0;bottom=0;right=0;pointerEvents=1;align=left;" value="Proceso: &lt;u&gt;cod_proceso&lt;/u&gt;, nombre, grado_complejidad" vertex="1">
+           <mxGeometry height="30" width="479" as="geometry">
+             <mxRectangle height="30" width="479" as="alternateBounds" />
+           </mxGeometry>
+         </mxCell>
+         <mxCell id="ueE01yVk29oMdbMIV5Yc-17" parent="ueE01yVk29oMdbMIV5Yc-12" style="shape=tableRow;horizontal=0;startSize=0;swimlaneHead=0;swimlaneBody=0;strokeColor=inherit;top=0;left=0;bottom=0;right=0;collapsible=0;dropTarget=0;fillColor=none;points=[[0,0.5],[1,0.5]];portConstraint=eastwest;fixedHeader=1;" value="" vertex="1">
+           <mxGeometry height="40" width="479" y="60" as="geometry" />
+         </mxCell>
+         <mxCell id="ueE01yVk29oMdbMIV5Yc-18" parent="ueE01yVk29oMdbMIV5Yc-17" style="shape=partialRectangle;html=1;whiteSpace=wrap;connectable=0;strokeColor=inherit;overflow=hidden;fillColor=none;top=0;left=0;bottom=0;right=0;pointerEvents=1;align=left;" value="Máquina: &lt;u&gt;número&lt;/u&gt;, marca, modelo" vertex="1">
+           <mxGeometry height="40" width="479" as="geometry">
+             <mxRectangle height="40" width="479" as="alternateBounds" />
+           </mxGeometry>
+         </mxCell>
+         <mxCell id="ueE01yVk29oMdbMIV5Yc-19" parent="ueE01yVk29oMdbMIV5Yc-12" style="shape=tableRow;horizontal=0;startSize=0;swimlaneHead=0;swimlaneBody=0;strokeColor=inherit;top=0;left=0;bottom=0;right=0;collapsible=0;dropTarget=0;fillColor=none;points=[[0,0.5],[1,0.5]];portConstraint=eastwest;fixedHeader=1;" value="" vertex="1">
+           <mxGeometry height="40" width="479" y="100" as="geometry" />
+         </mxCell>
+         <mxCell id="ueE01yVk29oMdbMIV5Yc-20" parent="ueE01yVk29oMdbMIV5Yc-19" style="shape=partialRectangle;html=1;whiteSpace=wrap;connectable=0;strokeColor=inherit;overflow=hidden;fillColor=none;top=0;left=0;bottom=0;right=0;pointerEvents=1;align=left;" value="Técnico: &lt;u&gt;dni&lt;/u&gt;, &lt;u&gt;id_ténico&lt;/u&gt;, nombre, apellido, fecha_nac, teléfono" vertex="1">
+           <mxGeometry height="40" width="479" as="geometry">
+             <mxRectangle height="40" width="479" as="alternateBounds" />
+           </mxGeometry>
+         </mxCell>
+         <mxCell id="ueE01yVk29oMdbMIV5Yc-23" parent="ueE01yVk29oMdbMIV5Yc-12" style="shape=tableRow;horizontal=0;startSize=0;swimlaneHead=0;swimlaneBody=0;strokeColor=inherit;top=0;left=0;bottom=0;right=0;collapsible=0;dropTarget=0;fillColor=none;points=[[0,0.5],[1,0.5]];portConstraint=eastwest;fixedHeader=1;" vertex="1">
+           <mxGeometry height="40" width="479" y="140" as="geometry" />
+         </mxCell>
+         <mxCell id="ueE01yVk29oMdbMIV5Yc-24" parent="ueE01yVk29oMdbMIV5Yc-23" style="shape=partialRectangle;html=1;whiteSpace=wrap;connectable=0;strokeColor=inherit;overflow=hidden;fillColor=none;top=0;left=0;bottom=0;right=0;pointerEvents=1;align=left;" value="Asignación: &lt;b&gt;num_máquina&lt;/b&gt;, fecha_asignación_inicio, fecha_asignación_final, turno, &lt;b&gt;dni_técnico&amp;nbsp;&lt;/b&gt;" vertex="1">
+           <mxGeometry height="40" width="479" as="geometry">
+             <mxRectangle height="40" width="479" as="alternateBounds" />
+           </mxGeometry>
+         </mxCell>
+         <mxCell id="ueE01yVk29oMdbMIV5Yc-26" parent="ueE01yVk29oMdbMIV5Yc-12" style="shape=tableRow;horizontal=0;startSize=0;swimlaneHead=0;swimlaneBody=0;strokeColor=inherit;top=0;left=0;bottom=0;right=0;collapsible=0;dropTarget=0;fillColor=none;points=[[0,0.5],[1,0.5]];portConstraint=eastwest;fixedHeader=1;" vertex="1">
+           <mxGeometry height="40" width="479" y="180" as="geometry" />
+         </mxCell>
+         <mxCell id="ueE01yVk29oMdbMIV5Yc-27" parent="ueE01yVk29oMdbMIV5Yc-26" style="shape=partialRectangle;html=1;whiteSpace=wrap;connectable=0;strokeColor=inherit;overflow=hidden;fillColor=none;top=0;left=0;bottom=0;right=0;pointerEvents=1;align=left;" value="Telefóno: &lt;b style=&quot;&quot;&gt;dni_técnico&lt;/b&gt;, teléfono, &lt;b&gt;cod_teléfono&lt;/b&gt;" vertex="1">
+           <mxGeometry height="40" width="479" as="geometry">
+             <mxRectangle height="40" width="479" as="alternateBounds" />
+           </mxGeometry>
+         </mxCell>
+         <mxCell id="ueE01yVk29oMdbMIV5Yc-29" parent="ueE01yVk29oMdbMIV5Yc-12" style="shape=tableRow;horizontal=0;startSize=0;swimlaneHead=0;swimlaneBody=0;strokeColor=inherit;top=0;left=0;bottom=0;right=0;collapsible=0;dropTarget=0;fillColor=none;points=[[0,0.5],[1,0.5]];portConstraint=eastwest;fixedHeader=1;" vertex="1">
+           <mxGeometry height="40" width="479" y="220" as="geometry" />
+         </mxCell>
+         <mxCell id="ueE01yVk29oMdbMIV5Yc-30" parent="ueE01yVk29oMdbMIV5Yc-29" style="shape=partialRectangle;html=1;whiteSpace=wrap;connectable=0;strokeColor=inherit;overflow=hidden;fillColor=none;top=0;left=0;bottom=0;right=0;pointerEvents=1;align=left;" value="Turno: &lt;b&gt;num_máquina&lt;/b&gt;, turno, cod_turno, &lt;b&gt;dni_técnico&lt;/b&gt;" vertex="1">
+           <mxGeometry height="40" width="479" as="geometry">
+             <mxRectangle height="40" width="479" as="alternateBounds" />
+           </mxGeometry>
+         </mxCell>
+         <mxCell id="ueE01yVk29oMdbMIV5Yc-25" parent="1" style="ellipse;whiteSpace=wrap;html=1;align=center;fontStyle=4;" value="color" vertex="1">
+           <mxGeometry height="30" width="80" x="-340" y="20" as="geometry" />
+         </mxCell>
+         <mxCell id="ueE01yVk29oMdbMIV5Yc-28" parent="1" style="ellipse;whiteSpace=wrap;html=1;align=center;fontStyle=4;" value="dni" vertex="1">
+           <mxGeometry height="20" width="60" x="300" y="368" as="geometry" />
        </mxCell>
      </root>
    </mxGraphModel>
  </diagram>
</mxfile>
